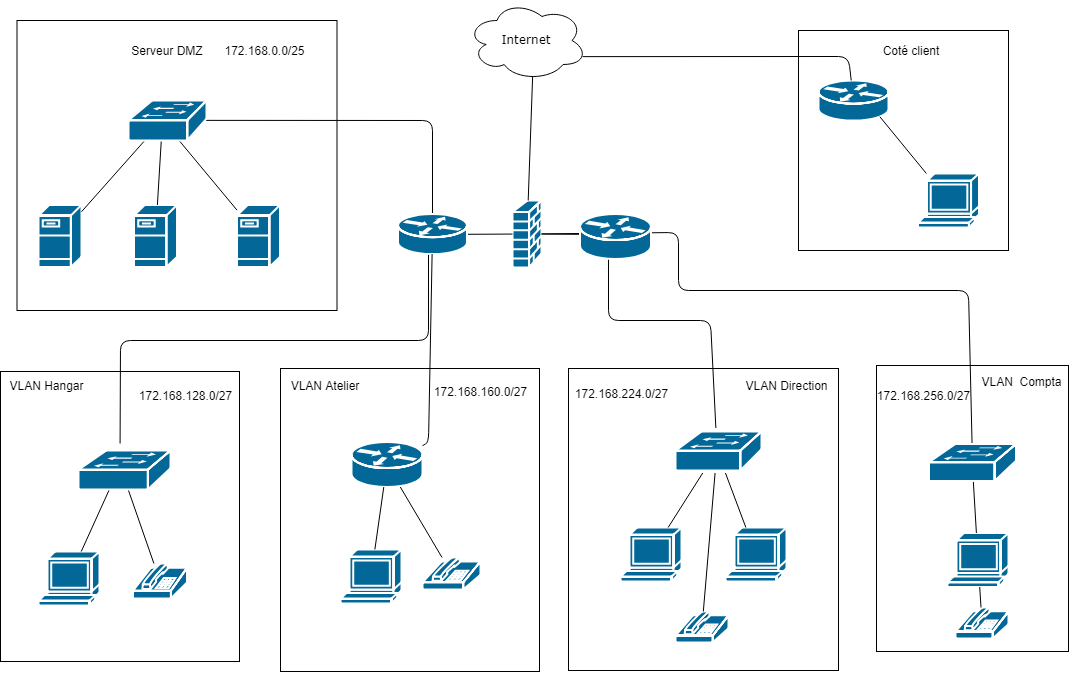
The draw.io diagram schémas/WoodyToys.png in robinp12/Projet-Admin, before a commit. Source tidied: cells renumbered, new cells last; positions are measured from the earlier drawing's top-left corner, leaving out a move shared by most shapes.
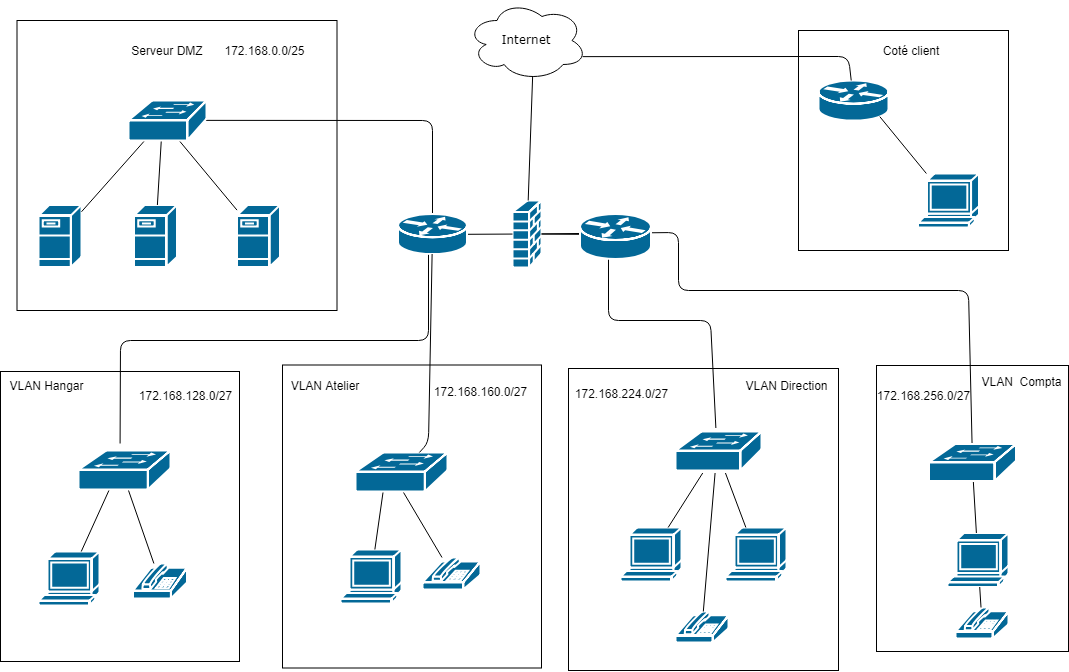
The same diagram one commit later.

Change to the diagram source:
```diff
@@ -71,22 +71,23 @@
       </mxGeometry>
     </mxCell>
     <mxCell id="22" style="rounded=0;whiteSpace=wrap;html=1;strokeColor=#000000;" parent="1" vertex="1">
-      <mxGeometry x="280" y="368" width="259" height="303" as="geometry" />
+      <mxGeometry x="282" y="364.5" width="259" height="303" as="geometry" />
     </mxCell>
-    <mxCell id="23" style="shape=mxgraph.cisco.routers.router;html=1;dashed=0;fillColor=#036897;strokeColor=#ffffff;strokeWidth=2;verticalLabelPosition=bottom;verticalAlign=top;align=center;outlineConnect=0;" parent="1" vertex="1">
-      <mxGeometry x="351" y="441.5" width="71" height="45" as="geometry" />
-    </mxCell>
     <mxCell id="24" style="shape=mxgraph.cisco.computers_and_peripherals.terminal;html=1;dashed=0;fillColor=#036897;strokeColor=#ffffff;strokeWidth=2;verticalLabelPosition=bottom;verticalAlign=top;align=center;outlineConnect=0;" parent="1" vertex="1">
       <mxGeometry x="340" y="549" width="61" height="54" as="geometry" />
     </mxCell>
     <mxCell id="25" style="shape=mxgraph.cisco.modems_and_phones.phone;html=1;dashed=0;fillColor=#036897;strokeColor=#ffffff;strokeWidth=2;verticalLabelPosition=bottom;verticalAlign=top;align=center;outlineConnect=0;" parent="1" vertex="1">
       <mxGeometry x="422" y="557" width="58" height="32" as="geometry" />
     </mxCell>
-    <mxCell id="26" style="endArrow=none;html=1;" parent="1" edge="1" source="24" target="23">
-      <mxGeometry relative="1" as="geometry" />
+    <mxCell id="26" style="endArrow=none;html=1;" parent="1" edge="1" source="24">
+      <mxGeometry relative="1" as="geometry">
+        <mxPoint x="383.3" y="486.5" as="targetPoint" />
+      </mxGeometry>
     </mxCell>
-    <mxCell id="27" style="endArrow=none;html=1;" parent="1" edge="1" source="25" target="23">
-      <mxGeometry relative="1" as="geometry" />
+    <mxCell id="27" style="endArrow=none;html=1;" parent="1" edge="1" source="25">
+      <mxGeometry relative="1" as="geometry">
+        <mxPoint x="399.8" y="486.5" as="targetPoint" />
+      </mxGeometry>
     </mxCell>
     <mxCell id="28" style="rounded=0;whiteSpace=wrap;html=1;strokeColor=#000000;" parent="1" vertex="1">
       <mxGeometry x="568" y="368" width="270" height="302" as="geometry" />
@@ -205,6 +206,9 @@
     <mxCell id="53" style="shape=mxgraph.cisco.switches.workgroup_switch;html=1;dashed=0;fillColor=#036897;strokeColor=#ffffff;strokeWidth=2;verticalLabelPosition=bottom;verticalAlign=top;align=center;" parent="1" vertex="1">
       <mxGeometry x="78" y="450" width="92" height="39" as="geometry" />
     </mxCell>
+    <mxCell id="63" style="shape=mxgraph.cisco.switches.workgroup_switch;html=1;dashed=0;fillColor=#036897;strokeColor=#ffffff;strokeWidth=2;verticalLabelPosition=bottom;verticalAlign=top;align=center;outlineConnect=0;" parent="1" vertex="1">
+      <mxGeometry x="355" y="452" width="92" height="39" as="geometry" />
+    </mxCell>
     <mxCell id="54" style="shape=mxgraph.cisco.routers.router;html=1;dashed=0;fillColor=#036897;strokeColor=#ffffff;strokeWidth=2;verticalLabelPosition=bottom;verticalAlign=top;align=center;" parent="1" vertex="1">
       <mxGeometry x="579.5" y="213.5" width="71" height="45" as="geometry" />
     </mxCell>
@@ -229,7 +233,7 @@
     <mxCell id="61" value="172.168.224.0/27" style="text;html=1;strokeColor=none;fillColor=none;align=center;verticalAlign=middle;whiteSpace=wrap;rounded=0;" parent="1" vertex="1">
       <mxGeometry x="600.5" y="383" width="40" height="20" as="geometry" />
     </mxCell>
-    <mxCell id="62" style="endArrow=none;html=1;" parent="1" edge="1" source="23" target="51">
+    <mxCell id="62" style="endArrow=none;html=1;" parent="1" edge="1" source="63" target="51">
       <mxGeometry relative="1" as="geometry">
         <Array as="points">
           <mxPoint x="428" y="442" />
```
